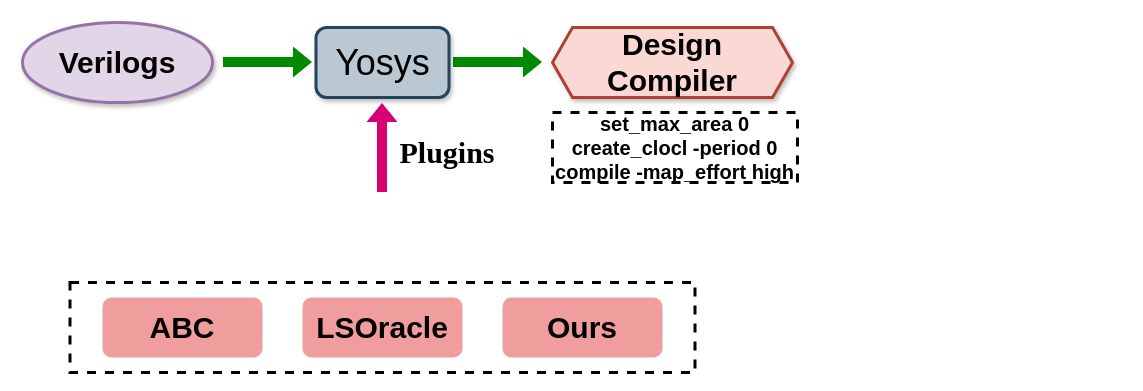
kxzhu0505/LogicSynOpt keeps this draw.io diagram as experimentFlow.drawio. Above is the earlier version. Source tidied: cells renumbered, new cells numbered last; positions are measured from the earlier drawing's top-left corner, leaving out a move shared by most shapes. Both pictures are drawn from the tidied source at 100%, with x=0, y=0 at pixel (22, 22).
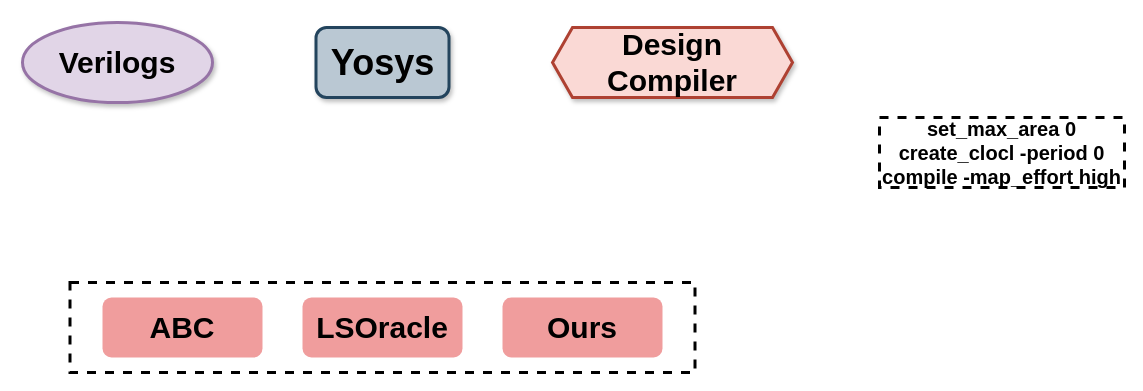
The same page after the edit.

What changed in the source:
```diff
@@
 <mxGraphModel>
   <root>
     <mxCell id="0" />
     <mxCell id="1" parent="0" />
     <mxCell id="2" value="&lt;font face=&quot;Helvetica&quot; size=&quot;1&quot; style=&quot;&quot;&gt;&lt;b style=&quot;font-size: 30px;&quot;&gt;Verilogs&lt;/b&gt;&lt;/font&gt;" style="ellipse;whiteSpace=wrap;html=1;fillColor=#e1d5e7;strokeColor=#9673a6;strokeWidth=3;shadow=1;" parent="1" vertex="1">
       <mxGeometry width="190" height="80" as="geometry" />
     </mxCell>
-    <mxCell id="3" style="shape=flexArrow;endArrow=classic;html=1;rounded=0;fillColor=#008a00;strokeColor=none;" parent="1" edge="1">
-      <mxGeometry relative="1" as="geometry">
-        <mxPoint x="200" y="39.5" as="sourcePoint" />
-        <mxPoint x="290" y="39.5" as="targetPoint" />
-      </mxGeometry>
-    </mxCell>
-    <mxCell id="4" style="shape=flexArrow;endArrow=classic;html=1;rounded=0;fillColor=#008a00;strokeColor=none;" parent="1" edge="1">
-      <mxGeometry relative="1" as="geometry">
-        <mxPoint x="430" y="39.5" as="sourcePoint" />
-        <mxPoint x="520" y="39.5" as="targetPoint" />
-      </mxGeometry>
-    </mxCell>
     <mxCell id="5" value="&lt;font face=&quot;Helvetica&quot; size=&quot;1&quot;&gt;&lt;b style=&quot;font-size: 30px;&quot;&gt;Design Compiler&lt;/b&gt;&lt;/font&gt;" style="shape=hexagon;perimeter=hexagonPerimeter2;whiteSpace=wrap;html=1;fixedSize=1;strokeColor=#ae4132;fillColor=#fad9d5;strokeWidth=3;shadow=1;" parent="1" vertex="1">
       <mxGeometry x="530" y="5" width="240" height="70" as="geometry" />
     </mxCell>
     <mxCell id="6" style="rounded=0;whiteSpace=wrap;html=1;dashed=1;perimeterSpacing=3;strokeWidth=3;" parent="1" vertex="1">
       <mxGeometry x="47.5" y="260" width="625" height="90" as="geometry" />
     </mxCell>
     <mxCell id="7" value="&lt;font face=&quot;Helvetica&quot; style=&quot;font-size: 30px;&quot;&gt;&lt;b style=&quot;&quot;&gt;ABC&lt;/b&gt;&lt;/font&gt;" style="rounded=1;whiteSpace=wrap;html=1;fillColor=#f09d9d;strokeColor=none;" parent="1" vertex="1">
       <mxGeometry x="80" y="275" width="160" height="60" as="geometry" />
     </mxCell>
     <mxCell id="8" value="&lt;font face=&quot;Helvetica&quot; style=&quot;font-size: 30px;&quot;&gt;&lt;b style=&quot;&quot;&gt;LSOracle&lt;/b&gt;&lt;/font&gt;" style="rounded=1;whiteSpace=wrap;html=1;fillColor=#f09d9d;strokeColor=none;" parent="1" vertex="1">
       <mxGeometry x="280" y="275" width="160" height="60" as="geometry" />
     </mxCell>
     <mxCell id="9" value="&lt;font face=&quot;Helvetica&quot; style=&quot;font-size: 30px;&quot;&gt;&lt;b style=&quot;&quot;&gt;Ours&lt;/b&gt;&lt;/font&gt;" style="rounded=1;whiteSpace=wrap;html=1;fillColor=#f09d9d;strokeColor=none;" parent="1" vertex="1">
       <mxGeometry x="480" y="275" width="160" height="60" as="geometry" />
     </mxCell>
     <mxCell id="10" value="&lt;font face=&quot;Helvetica&quot; style=&quot;font-size: 20px;&quot;&gt;&lt;b style=&quot;&quot;&gt;set_max_area 0&lt;br&gt;create_clocl -period 0&lt;br&gt;compile -map_effort high&lt;/b&gt;&lt;/font&gt;" style="rounded=0;whiteSpace=wrap;html=1;dashed=1;perimeterSpacing=3;strokeWidth=3;" parent="1" vertex="1">
-      <mxGeometry x="530" y="90" width="245" height="70" as="geometry" />
+      <mxGeometry x="857" y="95" width="245" height="70" as="geometry" />
     </mxCell>
-    <mxCell id="11" style="shape=flexArrow;endArrow=classic;html=1;rounded=0;fillColor=#d80073;strokeColor=none;" parent="1" edge="1">
-      <mxGeometry relative="1" as="geometry">
-        <mxPoint x="359.5" y="170" as="sourcePoint" />
-        <mxPoint x="359.5" y="80" as="targetPoint" />
-      </mxGeometry>
-    </mxCell>
-    <mxCell id="12" value="&lt;font style=&quot;font-size: 30px;&quot; face=&quot;Times New Roman&quot;&gt;&lt;b&gt;Plugins&lt;/b&gt;&lt;/font&gt;" style="text;html=1;strokeColor=none;fillColor=none;align=center;verticalAlign=middle;whiteSpace=wrap;rounded=0;" parent="1" vertex="1">
-      <mxGeometry x="370" y="110" width="110" height="40" as="geometry" />
-    </mxCell>
-    <mxCell id="13" value="&lt;font style=&quot;font-size: 36px;&quot;&gt;Yosys&lt;/font&gt;" style="rounded=1;whiteSpace=wrap;html=1;fillColor=#bac8d3;strokeColor=#23445d;strokeWidth=3;shadow=1;" parent="1" vertex="1">
+    <mxCell id="13" value="&lt;font style=&quot;font-size: 36px;&quot;&gt;&lt;b&gt;Yosys&lt;/b&gt;&lt;/font&gt;" style="rounded=1;whiteSpace=wrap;html=1;fillColor=#bac8d3;strokeColor=#23445d;strokeWidth=3;shadow=1;" parent="1" vertex="1">
       <mxGeometry x="293.5" y="5" width="133" height="70" as="geometry" />
     </mxCell>
   </root>
 </mxGraphModel>
```
